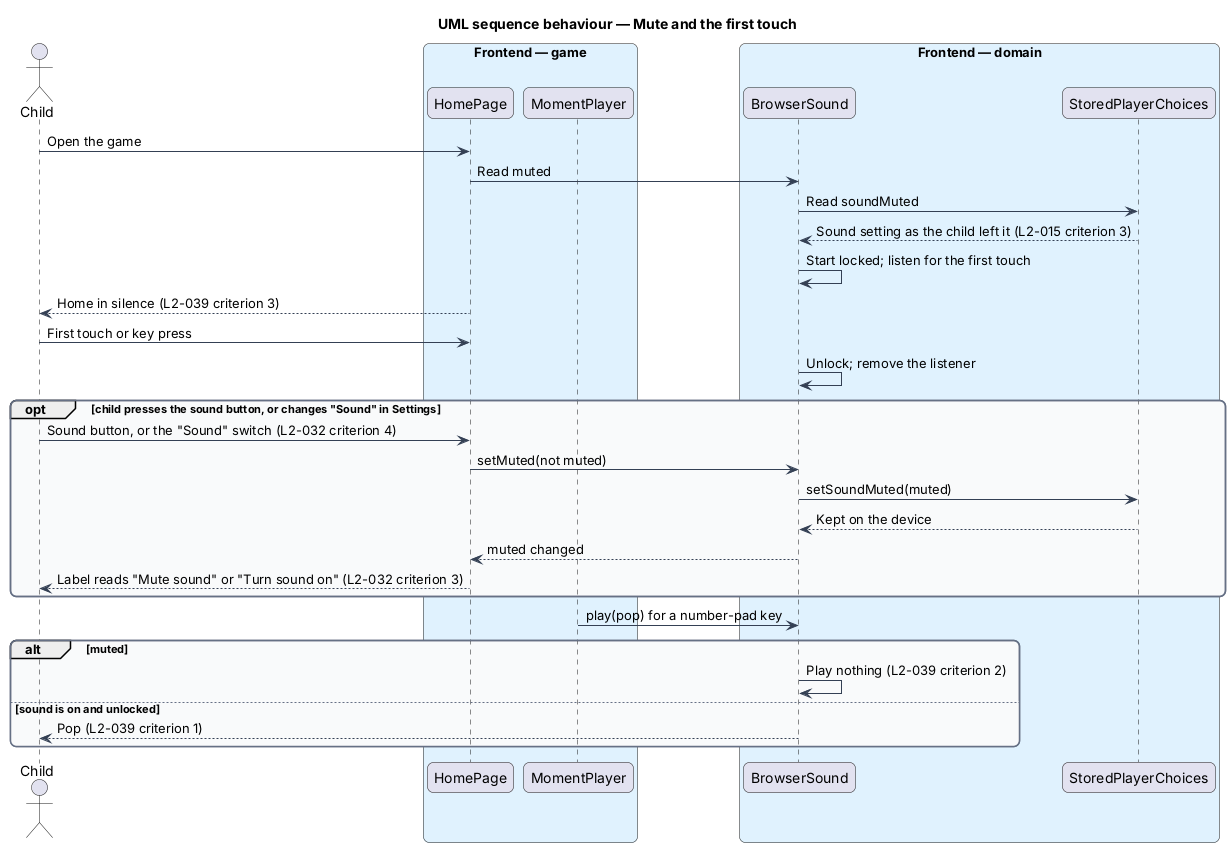
Earlier version of the PlantUML export docs/detailed-designs/classroom/play-motion-and-sound/diagrams/sequence-mute-and-first-touch.png (QuinntyneBrown/around-the-world). Its source is kept beside it as docs/detailed-designs/classroom/play-motion-and-sound/diagrams/sequence-mute-and-first-touch.puml. Its diagram source:
```plantuml
@startuml
title UML sequence behaviour — Mute and the first touch
skinparam backgroundColor #FFFFFF
skinparam shadowing false
skinparam roundcorner 12
skinparam defaultFontName Arial
skinparam ArrowColor #344054
skinparam rectangle {
  BorderColor #344054
  FontColor #101828
}
skinparam package {
  BorderColor #667085
  FontColor #101828
  BackgroundColor #F9FAFB
}
actor "Child" as actor
box "Frontend — game" #E0F2FE
  participant "HomePage" as home
  participant "MomentPlayer" as player
end box
box "Frontend — domain" #E0F2FE
  participant "BrowserSound" as sound
  participant "StoredPlayerChoices" as choices
end box
actor -> home : Open the game
home -> sound : Read muted
sound -> choices : Read soundMuted
choices --> sound : Sound setting as the child left it (L2-015 criterion 3)
sound -> sound : Start locked; listen for the first touch
home --> actor : Home in silence (L2-039 criterion 3)
actor -> home : First touch or key press
sound -> sound : Unlock; remove the listener
opt child presses the sound button, or changes "Sound" in Settings
  actor -> home : Sound button, or the "Sound" switch (L2-032 criterion 4)
  home -> sound : setMuted(not muted)
  sound -> choices : setSoundMuted(muted)
  choices --> sound : Kept on the device
  sound --> home : muted changed
  home --> actor : Label reads "Mute sound" or "Turn sound on" (L2-032 criterion 3)
end
player -> sound : play(pop) for a number-pad key
alt muted
  sound -> sound : Play nothing (L2-039 criterion 2)
else sound is on and unlocked
  sound --> actor : Pop (L2-039 criterion 1)
end
@enduml
```
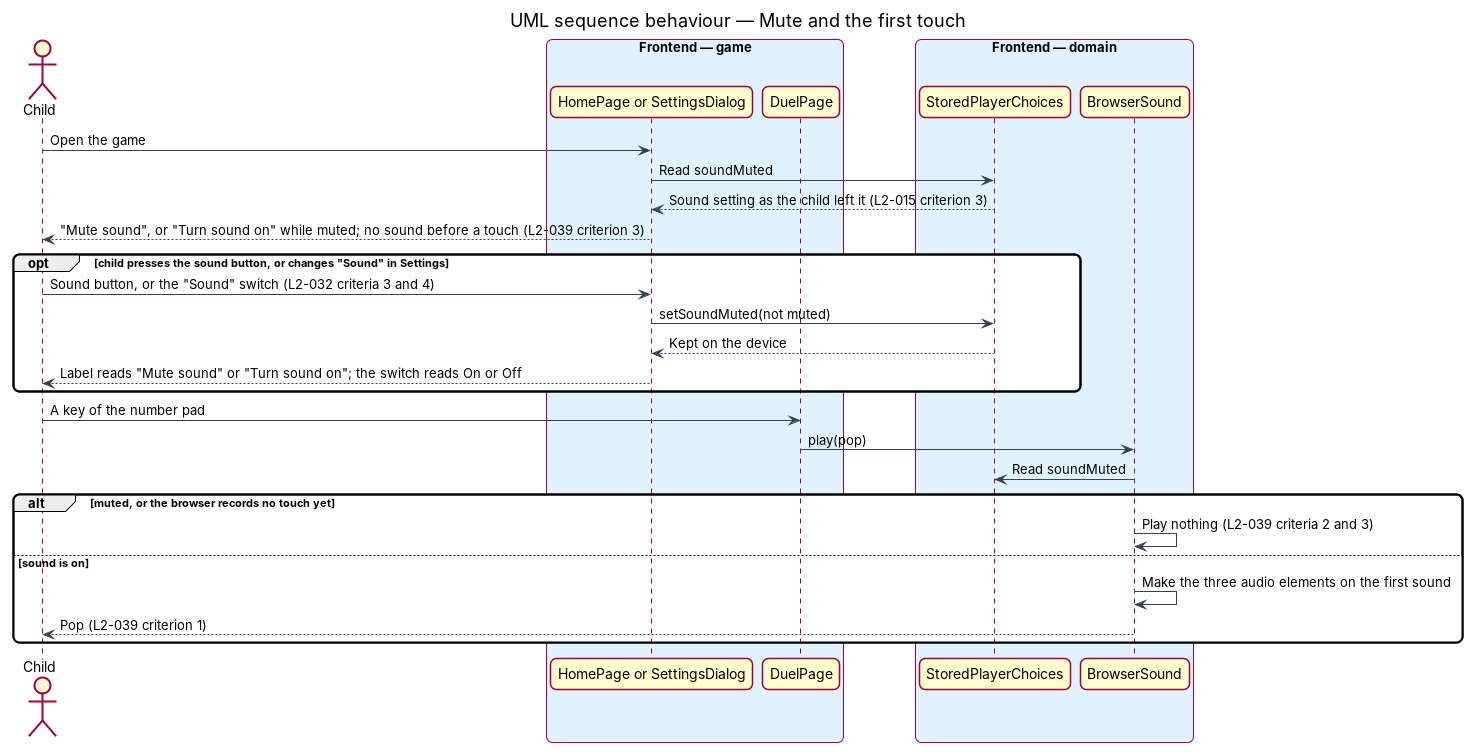
After the commit.

The edit, as a diff of the source:
```diff
@@ -16,33 +16,30 @@
 }
 actor "Child" as actor
 box "Frontend — game" #E0F2FE
-  participant "HomePage" as home
-  participant "MomentPlayer" as player
+  participant "HomePage or SettingsDialog" as home
+  participant "DuelPage" as duel
 end box
 box "Frontend — domain" #E0F2FE
+  participant "StoredPlayerChoices" as choices
   participant "BrowserSound" as sound
-  participant "StoredPlayerChoices" as choices
 end box
 actor -> home : Open the game
-home -> sound : Read muted
+home -> choices : Read soundMuted
+choices --> home : Sound setting as the child left it (L2-015 criterion 3)
+home --> actor : "Mute sound", or "Turn sound on" while muted; no sound before a touch (L2-039 criterion 3)
+opt child presses the sound button, or changes "Sound" in Settings
+  actor -> home : Sound button, or the "Sound" switch (L2-032 criteria 3 and 4)
+  home -> choices : setSoundMuted(not muted)
+  choices --> home : Kept on the device
+  home --> actor : Label reads "Mute sound" or "Turn sound on"; the switch reads On or Off
+end
+actor -> duel : A key of the number pad
+duel -> sound : play(pop)
 sound -> choices : Read soundMuted
-choices --> sound : Sound setting as the child left it (L2-015 criterion 3)
-sound -> sound : Start locked; listen for the first touch
-home --> actor : Home in silence (L2-039 criterion 3)
-actor -> home : First touch or key press
-sound -> sound : Unlock; remove the listener
-opt child presses the sound button, or changes "Sound" in Settings
-  actor -> home : Sound button, or the "Sound" switch (L2-032 criterion 4)
-  home -> sound : setMuted(not muted)
-  sound -> choices : setSoundMuted(muted)
-  choices --> sound : Kept on the device
-  sound --> home : muted changed
-  home --> actor : Label reads "Mute sound" or "Turn sound on" (L2-032 criterion 3)
-end
-player -> sound : play(pop) for a number-pad key
-alt muted
-  sound -> sound : Play nothing (L2-039 criterion 2)
-else sound is on and unlocked
+alt muted, or the browser records no touch yet
+  sound -> sound : Play nothing (L2-039 criteria 2 and 3)
+else sound is on
+  sound -> sound : Make the three audio elements on the first sound
   sound --> actor : Pop (L2-039 criterion 1)
 end
 @enduml
```
